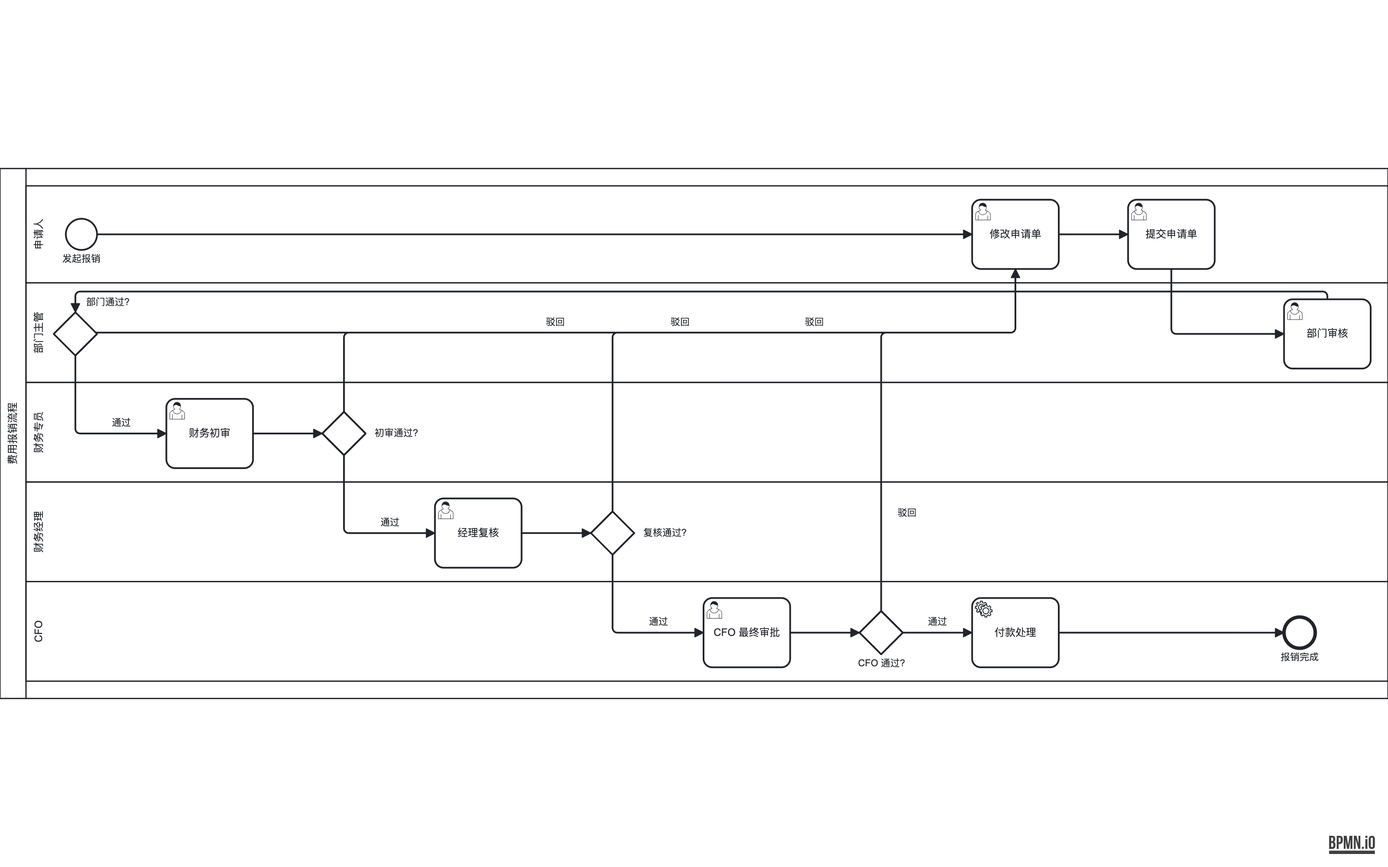
Earlier version of the BPMN export out-bpmn-png/40-fanin-sink-near-lane.png (LcpMarvel/tramito-layout). Its source is kept beside it as out-xml/40-fanin-sink-near-lane.bpmn. Ids are renumbered.
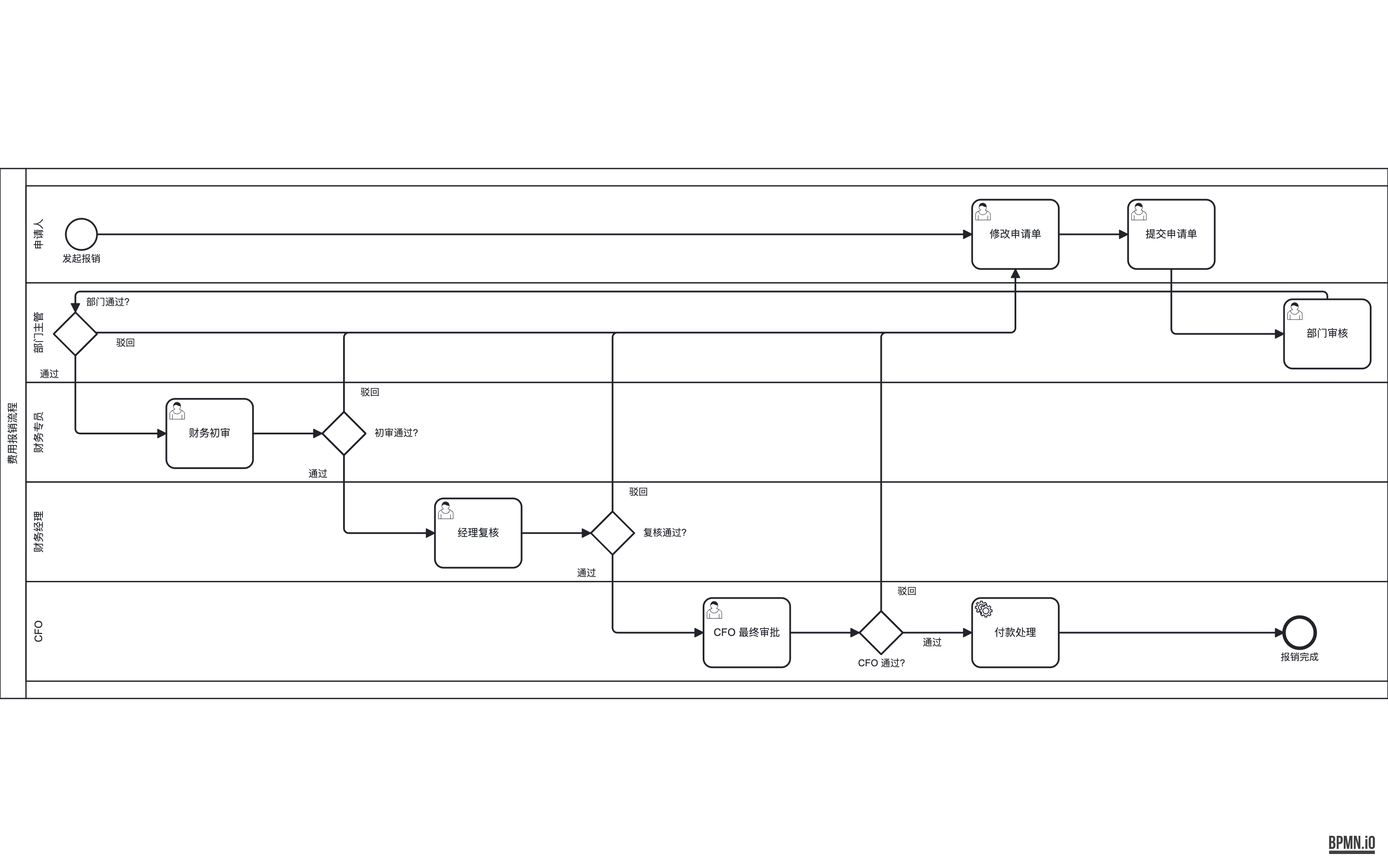
Later version of the same file.

Diff of the diagram source:
```diff
@@ -207,7 +207,7 @@
         <di:waypoint x="87" y="306" />
         <di:waypoint x="192" y="306" />
         <bpmndi:BPMNLabel>
-          <dc:Bounds x="114.5" y="287" width="50" height="14" />
+          <dc:Bounds x="32" y="231" width="50" height="14" />
         </bpmndi:BPMNLabel>
       </bpmndi:BPMNEdge>
       <bpmndi:BPMNEdge id="f_dept_reject_di" bpmnElement="f_dept_reject">
@@ -215,7 +215,7 @@
         <di:waypoint x="1172" y="189.5" />
         <di:waypoint x="1172" y="116" />
         <bpmndi:BPMNLabel>
-          <dc:Bounds x="616.25" y="170.5" width="50" height="14" />
+          <dc:Bounds x="119.5" y="194.5" width="50" height="14" />
         </bpmndi:BPMNLabel>
       </bpmndi:BPMNEdge>
       <bpmndi:BPMNEdge id="f_fin_gw_di" bpmnElement="f_fin_gw">
@@ -227,7 +227,7 @@
         <di:waypoint x="397" y="421" />
         <di:waypoint x="502" y="421" />
         <bpmndi:BPMNLabel>
-          <dc:Bounds x="424.5" y="402" width="50" height="14" />
+          <dc:Bounds x="342" y="346" width="50" height="14" />
         </bpmndi:BPMNLabel>
       </bpmndi:BPMNEdge>
       <bpmndi:BPMNEdge id="f_fin_reject_di" bpmnElement="f_fin_reject">
@@ -236,7 +236,7 @@
         <di:waypoint x="1172" y="189.5" />
         <di:waypoint x="1172" y="116" />
         <bpmndi:BPMNLabel>
-          <dc:Bounds x="759.5" y="170.5" width="50" height="14" />
+          <dc:Bounds x="402" y="252" width="50" height="14" />
         </bpmndi:BPMNLabel>
       </bpmndi:BPMNEdge>
       <bpmndi:BPMNEdge id="f_mgr_gw_di" bpmnElement="f_mgr_gw">
@@ -248,7 +248,7 @@
         <di:waypoint x="707" y="536" />
         <di:waypoint x="812" y="536" />
         <bpmndi:BPMNLabel>
-          <dc:Bounds x="734.5" y="517" width="50" height="14" />
+          <dc:Bounds x="652" y="461" width="50" height="14" />
         </bpmndi:BPMNLabel>
       </bpmndi:BPMNEdge>
       <bpmndi:BPMNEdge id="f_mgr_reject_di" bpmnElement="f_mgr_reject">
@@ -257,7 +257,7 @@
         <di:waypoint x="1172" y="189.5" />
         <di:waypoint x="1172" y="116" />
         <bpmndi:BPMNLabel>
-          <dc:Bounds x="914.5" y="170.5" width="50" height="14" />
+          <dc:Bounds x="712" y="367" width="50" height="14" />
         </bpmndi:BPMNLabel>
       </bpmndi:BPMNEdge>
       <bpmndi:BPMNEdge id="f_cfo_gw_di" bpmnElement="f_cfo_gw">
@@ -268,7 +268,7 @@
         <di:waypoint x="1042" y="536" />
         <di:waypoint x="1122" y="536" />
         <bpmndi:BPMNLabel>
-          <dc:Bounds x="1057" y="517" width="50" height="14" />
+          <dc:Bounds x="1051" y="541" width="50" height="14" />
         </bpmndi:BPMNLabel>
       </bpmndi:BPMNEdge>
       <bpmndi:BPMNEdge id="f_cfo_reject_di" bpmnElement="f_cfo_reject">
@@ -277,7 +277,7 @@
         <di:waypoint x="1172" y="189.5" />
         <di:waypoint x="1172" y="116" />
         <bpmndi:BPMNLabel>
-          <dc:Bounds x="1022" y="391.475" width="50" height="14" />
+          <dc:Bounds x="1022" y="482" width="50" height="14" />
         </bpmndi:BPMNLabel>
       </bpmndi:BPMNEdge>
       <bpmndi:BPMNEdge id="f_pay_end_di" bpmnElement="f_pay_end">
```
